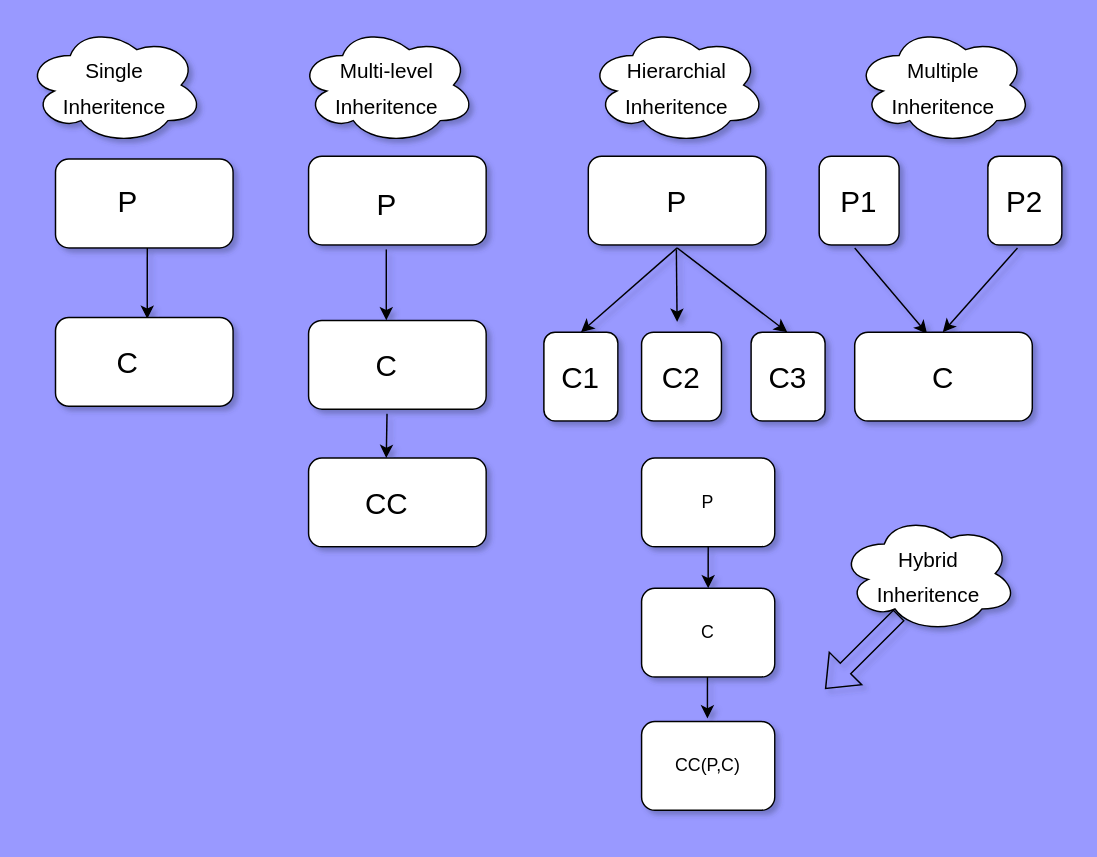
Earlier version of the draw.io diagram Inheritence.drawio (pathwings/HackersRank). Source tidied: cells renumbered, new cells numbered last; positions are measured from the earlier drawing's top-left corner, leaving out a move shared by most shapes. Both pictures are drawn from the tidied source at 148%, with x=0, y=0 at pixel (25, 25).
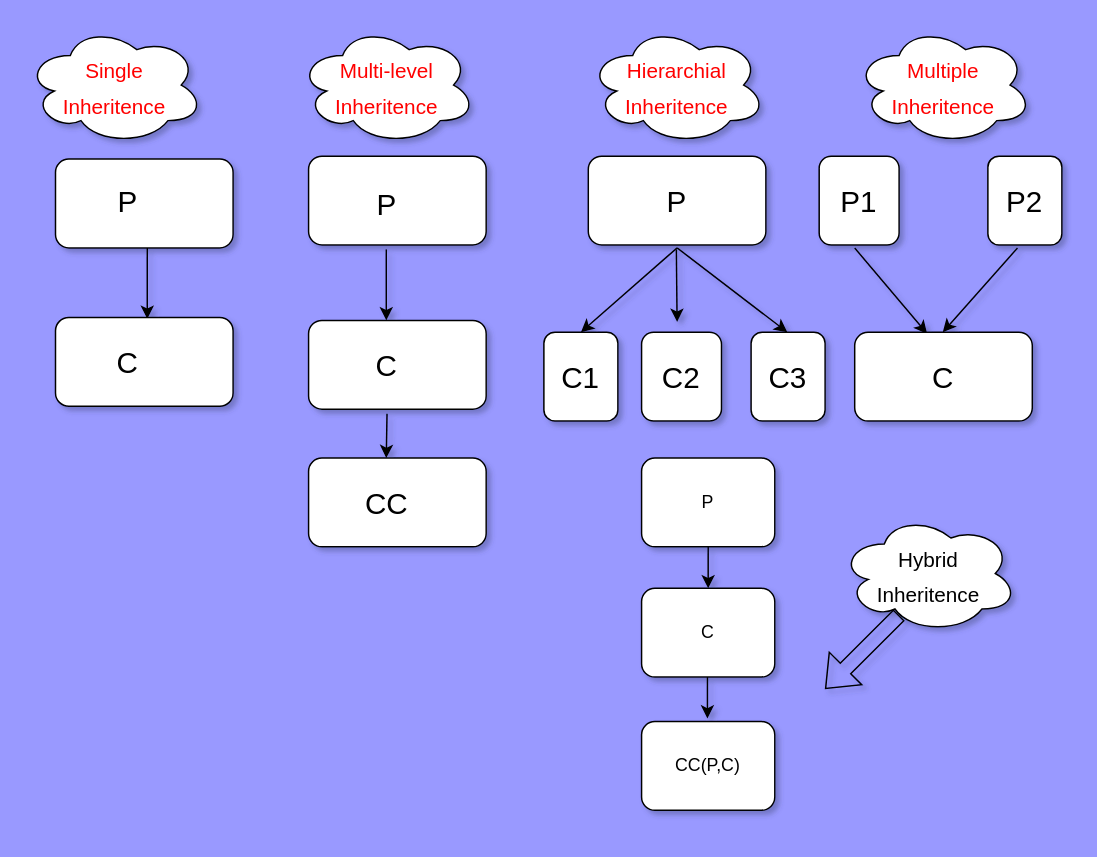
The same page after the edit.

The edit, as a diff of the source:
```diff
@@
-    <mxCell id="31" value="&lt;font style=&quot;font-size: 14px&quot;&gt;Single &lt;br&gt;Inheritence&lt;/font&gt;" style="ellipse;shape=cloud;whiteSpace=wrap;html=1;fontFamily=Helvetica;fontSize=20;fontColor=default;" parent="1" vertex="1">
+    <mxCell id="31" value="&lt;font style=&quot;font-size: 14px&quot; color=&quot;#ff0000&quot;&gt;Single &lt;br&gt;Inheritence&lt;/font&gt;" style="ellipse;shape=cloud;whiteSpace=wrap;html=1;fontFamily=Helvetica;fontSize=20;fontColor=default;" parent="1" vertex="1">
       <mxGeometry width="120" height="80" as="geometry" />
     </mxCell>
@@
-    <mxCell id="33" value="&lt;font style=&quot;font-size: 14px&quot;&gt;Multiple&lt;br&gt;Inheritence&lt;/font&gt;" style="ellipse;shape=cloud;whiteSpace=wrap;html=1;fontFamily=Helvetica;fontSize=20;fontColor=default;" parent="1" vertex="1">
+    <mxCell id="33" value="&lt;font style=&quot;font-size: 14px&quot; color=&quot;#ff0000&quot;&gt;Multiple&lt;br&gt;Inheritence&lt;/font&gt;" style="ellipse;shape=cloud;whiteSpace=wrap;html=1;fontFamily=Helvetica;fontSize=20;fontColor=default;" parent="1" vertex="1">
       <mxGeometry x="560" width="120" height="80" as="geometry" />
     </mxCell>
-    <mxCell id="34" value="&lt;font style=&quot;font-size: 14px&quot;&gt;Hierarchial&lt;br&gt;Inheritence&lt;/font&gt;" style="ellipse;shape=cloud;whiteSpace=wrap;html=1;fontFamily=Helvetica;fontSize=20;fontColor=default;" parent="1" vertex="1">
+    <mxCell id="34" value="&lt;font style=&quot;font-size: 14px&quot; color=&quot;#ff0000&quot;&gt;Hierarchial&lt;br&gt;Inheritence&lt;/font&gt;" style="ellipse;shape=cloud;whiteSpace=wrap;html=1;fontFamily=Helvetica;fontSize=20;fontColor=default;" parent="1" vertex="1">
       <mxGeometry x="380" width="120" height="80" as="geometry" />
     </mxCell>
-    <mxCell id="35" value="&lt;font style=&quot;font-size: 14px&quot;&gt;Multi-level&lt;br&gt;Inheritence&lt;/font&gt;" style="ellipse;shape=cloud;whiteSpace=wrap;html=1;fontFamily=Helvetica;fontSize=20;fontColor=default;" parent="1" vertex="1">
+    <mxCell id="35" value="&lt;font style=&quot;font-size: 14px&quot; color=&quot;#ff0000&quot;&gt;Multi-level&lt;br&gt;Inheritence&lt;/font&gt;" style="ellipse;shape=cloud;whiteSpace=wrap;html=1;fontFamily=Helvetica;fontSize=20;fontColor=default;" parent="1" vertex="1">
       <mxGeometry x="184" width="120" height="80" as="geometry" />
     </mxCell>
```
